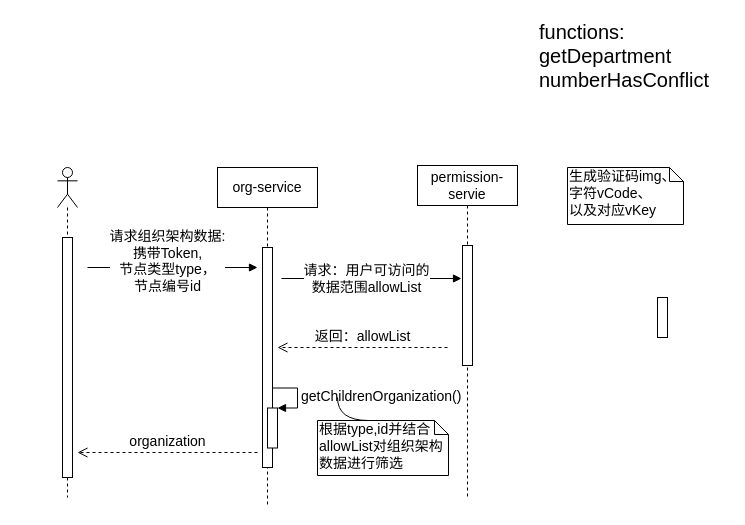
waterwatermelon/graph keeps this draw.io diagram as page "sequence-getOrganization" (3 of 4) of CDRS/module-design.drawio. Above is the earlier version. Source tidied: cells renumbered, new cells numbered last; positions are measured from the earlier drawing's top-left corner, leaving out a move shared by most shapes. Both pictures are drawn from the tidied source at 100%, with x=0, y=0 at pixel (57, 17).
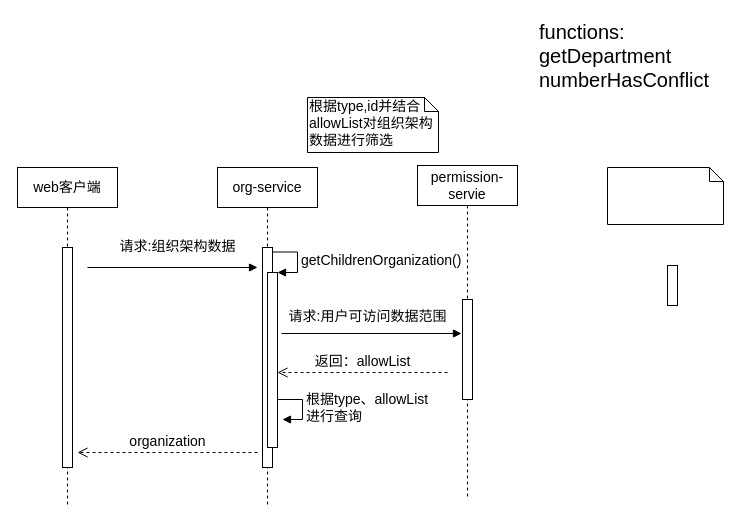
The same diagram, later.

The change refers to these unchanged cells:
```xml
<mxCell id="5" value="org-service" style="shape=umlLifeline;perimeter=lifelinePerimeter;whiteSpace=wrap;html=1;fontSize=14;" parent="1" vertex="1">
  <mxGeometry x="160" y="150" width="100" height="340" as="geometry" />
</mxCell>
<mxCell id="9" value="permission-servie" style="shape=umlLifeline;perimeter=lifelinePerimeter;whiteSpace=wrap;html=1;fontSize=14;" parent="1" vertex="1">
  <mxGeometry x="360" y="148" width="100" height="332" as="geometry" />
</mxCell>
```

The edit, as a diff of the source:
```diff
@@
-    <mxCell id="3" style="shape=umlLifeline;participant=umlActor;perimeter=lifelinePerimeter;whiteSpace=wrap;html=1;verticalAlign=top;spacingTop=36;labelBackgroundColor=#ffffff;fontSize=14;" parent="1" vertex="1">
-      <mxGeometry y="150" width="20" height="330" as="geometry" />
-    </mxCell>
-    <mxCell id="4" style="html=1;perimeter=orthogonalPerimeter;fontSize=14;" parent="3" vertex="1">
-      <mxGeometry x="5" y="70" width="10" height="240" as="geometry" />
-    </mxCell>
@@
     <mxCell id="7" value="getChildrenOrganization()" style="edgeStyle=orthogonalEdgeStyle;html=1;align=left;spacingLeft=2;endArrow=block;rounded=0;entryX=1;entryY=0;fontSize=14;" parent="5" edge="1" target="8">
       <mxGeometry relative="1" as="geometry">
-        <mxPoint x="55" y="220.5" as="sourcePoint" />
+        <mxPoint x="55" y="84.5" as="sourcePoint" />
         <Array as="points">
-          <mxPoint x="80" y="220.5" />
+          <mxPoint x="80" y="84.5" />
         </Array>
       </mxGeometry>
     </mxCell>
     <mxCell id="8" style="html=1;points=[];perimeter=orthogonalPerimeter;fontSize=14;" parent="5" vertex="1">
-      <mxGeometry x="50" y="240.5" width="10" height="40" as="geometry" />
+      <mxGeometry x="50" y="105" width="10" height="175" as="geometry" />
     </mxCell>
@@
     <mxCell id="10" style="html=1;perimeter=orthogonalPerimeter;fontSize=14;" parent="9" vertex="1">
-      <mxGeometry x="45" y="80" width="10" height="120" as="geometry" />
+      <mxGeometry x="45" y="134" width="10" height="100" as="geometry" />
     </mxCell>
-    <mxCell id="11" value="请求组织架构数据:&lt;br&gt;携带Token,&lt;br&gt;节点类型type，&lt;br&gt;节点编号id" style="html=1;verticalAlign=bottom;endArrow=block;fontSize=14;" parent="1" edge="1">
-      <mxGeometry x="-0.06" y="-30" relative="1" as="geometry">
+    <mxCell id="11" value="请求:组织架构数据" style="html=1;verticalAlign=bottom;endArrow=block;fontSize=14;" parent="1" edge="1">
+      <mxGeometry x="0.06" y="10" relative="1" as="geometry">
         <mxPoint x="30" y="250" as="sourcePoint" />
         <mxPoint x="200" y="250" as="targetPoint" />
       </mxGeometry>
     </mxCell>
-    <mxCell id="12" value="&lt;span style=&quot;white-space: nowrap&quot;&gt;生成验证码img、&lt;/span&gt;&lt;br style=&quot;white-space: nowrap&quot;&gt;&lt;span style=&quot;white-space: nowrap&quot;&gt;字符vCode、&lt;/span&gt;&lt;br style=&quot;white-space: nowrap&quot;&gt;&lt;span style=&quot;white-space: nowrap&quot;&gt;以及对应vKey&lt;/span&gt;" style="shape=note;whiteSpace=wrap;html=1;size=14;verticalAlign=top;align=left;spacingTop=-6;fontSize=14;" parent="1" vertex="1">
-      <mxGeometry x="510" y="150" width="116" height="57" as="geometry" />
+    <mxCell id="12" style="shape=note;whiteSpace=wrap;html=1;size=14;verticalAlign=top;align=left;spacingTop=-6;fontSize=14;" parent="1" vertex="1">
+      <mxGeometry x="550" y="150" width="116" height="57" as="geometry" />
     </mxCell>
     <mxCell id="13" style="html=1;perimeter=orthogonalPerimeter;fontSize=14;" parent="1" vertex="1">
-      <mxGeometry x="600" y="280" width="10" height="40" as="geometry" />
+      <mxGeometry x="610" y="248" width="10" height="40" as="geometry" />
     </mxCell>
-    <mxCell id="14" value="请求：用户可访问的&lt;br&gt;数据范围allowList" style="html=1;verticalAlign=bottom;endArrow=block;fontSize=14;" parent="1" edge="1">
-      <mxGeometry x="-0.06" y="-20" relative="1" as="geometry">
-        <mxPoint x="224" y="261" as="sourcePoint" />
-        <mxPoint x="404" y="261" as="targetPoint" />
+    <mxCell id="14" value="请求:用户可访问数据范围" style="html=1;verticalAlign=bottom;endArrow=block;fontSize=14;" parent="1" edge="1">
+      <mxGeometry x="-0.04" y="6" relative="1" as="geometry">
+        <mxPoint x="224" y="316" as="sourcePoint" />
+        <mxPoint x="404" y="316" as="targetPoint" />
       </mxGeometry>
     </mxCell>
     <mxCell id="15" value="返回：allowList" style="html=1;verticalAlign=bottom;endArrow=open;dashed=1;endSize=8;fontSize=14;" parent="1" edge="1">
       <mxGeometry relative="1" as="geometry">
-        <mxPoint x="390" y="330" as="sourcePoint" />
-        <mxPoint x="220" y="330" as="targetPoint" />
+        <mxPoint x="390" y="355" as="sourcePoint" />
+        <mxPoint x="220" y="355" as="targetPoint" />
       </mxGeometry>
     </mxCell>
-    <mxCell id="16" style="edgeStyle=orthogonalEdgeStyle;curved=1;rounded=0;jettySize=auto;html=1;exitX=0;exitY=0;exitDx=51;exitDy=0;exitPerimeter=0;endArrow=none;endFill=0;fontSize=14;" parent="1" edge="1" source="17">
-      <mxGeometry relative="1" as="geometry">
-        <mxPoint x="280" y="380" as="targetPoint" />
-      </mxGeometry>
-    </mxCell>
     <mxCell id="17" value="根据type,id并结合allowList对组织架构数据进行筛选" style="shape=note;whiteSpace=wrap;html=1;size=14;verticalAlign=top;align=left;spacingTop=-6;fontSize=14;" parent="1" vertex="1">
-      <mxGeometry x="260" y="403" width="131" height="55" as="geometry" />
+      <mxGeometry x="250" y="80" width="131" height="55" as="geometry" />
     </mxCell>
@@
+    <mxCell id="19" value="web客户端" style="shape=umlLifeline;perimeter=lifelinePerimeter;whiteSpace=wrap;html=1;fontSize=14;" parent="1" vertex="1">
+      <mxGeometry x="-40" y="150" width="100" height="340" as="geometry" />
+    </mxCell>
+    <mxCell id="20" style="html=1;perimeter=orthogonalPerimeter;fontSize=14;" parent="19" vertex="1">
+      <mxGeometry x="45" y="80" width="10" height="220" as="geometry" />
+    </mxCell>
+    <mxCell id="21" value="根据type、allowList&lt;br&gt;进行查询" style="edgeStyle=orthogonalEdgeStyle;html=1;align=left;spacingLeft=2;endArrow=block;rounded=0;entryX=1;entryY=0;fontSize=14;" parent="1" edge="1">
+      <mxGeometry relative="1" as="geometry">
+        <mxPoint x="220" y="382" as="sourcePoint" />
+        <mxPoint x="225" y="402" as="targetPoint" />
+        <Array as="points">
+          <mxPoint x="245" y="381.5" />
+        </Array>
+      </mxGeometry>
+    </mxCell>
```
